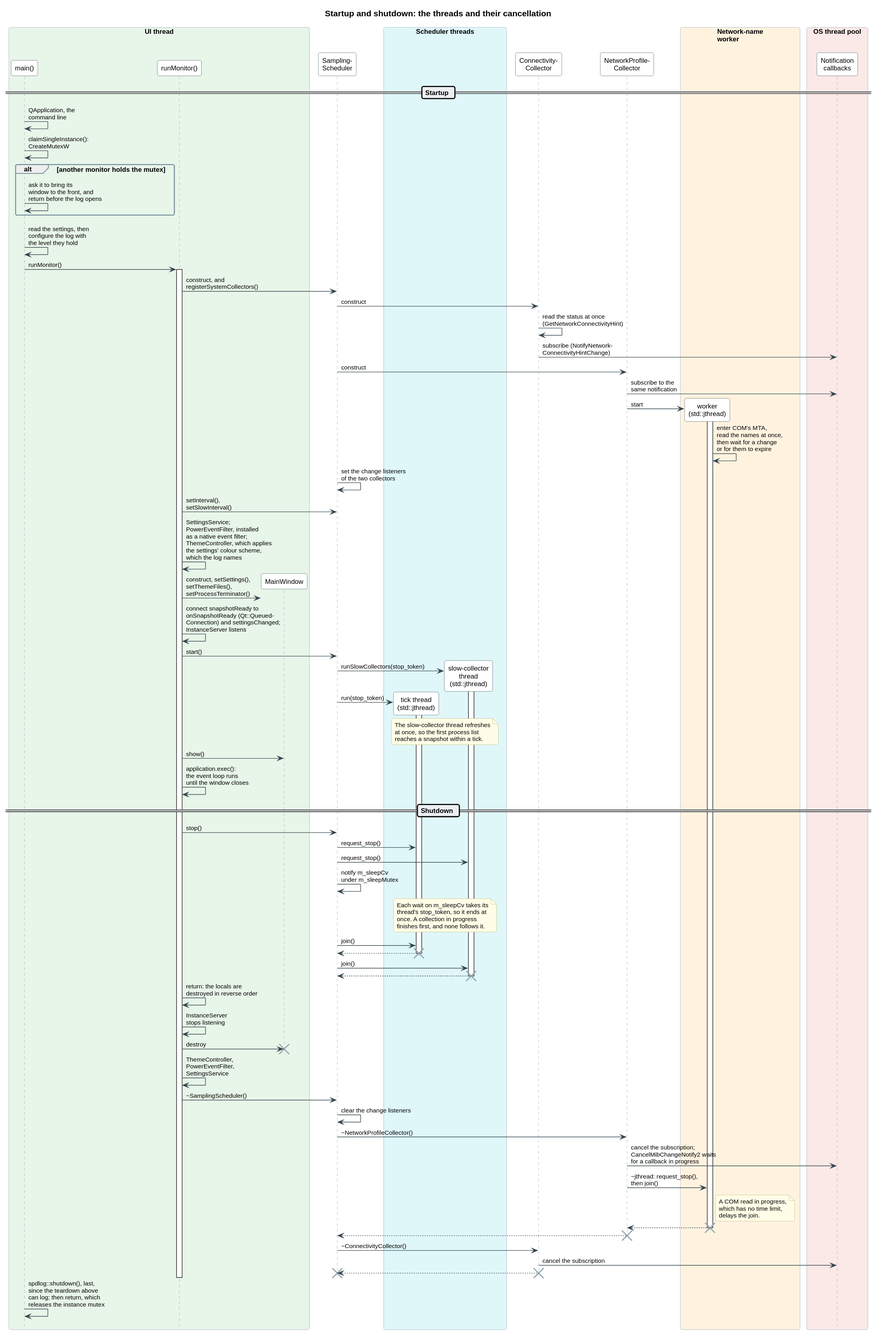
Before: docs/diagrams/startup_shutdown_sequence.svg, a diagram exported from PlantUML (DunderGG/verdandi).
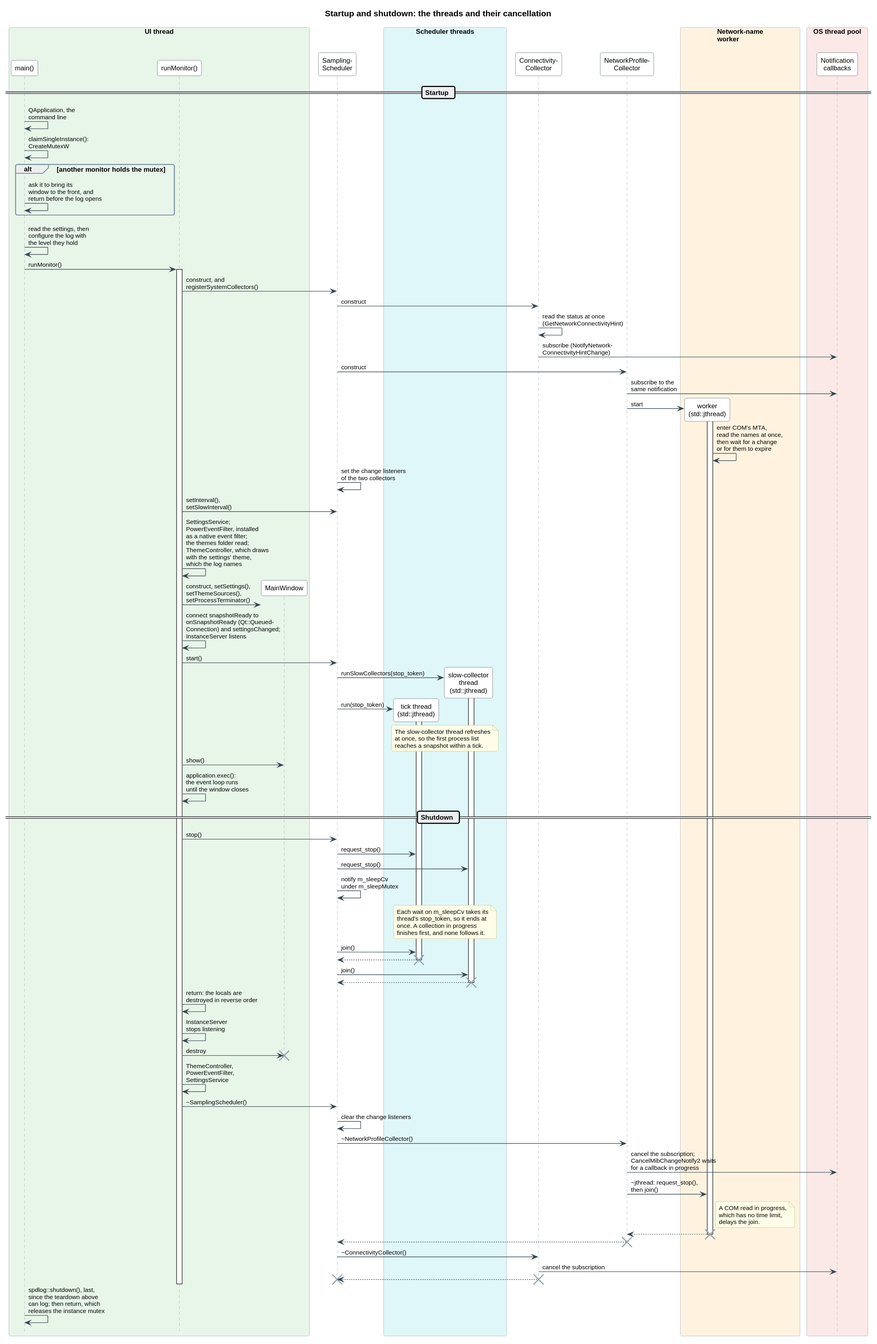
Above is the later version.

Diff of the diagram source:
```diff
@@ -49,8 +49,8 @@
 worker -> worker : enter COM's MTA,\nread the names at once,\nthen wait for a change\nor for them to expire
 scheduler -> scheduler : set the change listeners\nof the two collectors
 runMonitor -> scheduler : setInterval(),\nsetSlowInterval()
-runMonitor -> runMonitor : SettingsService;\nPowerEventFilter, installed\nas a native event filter;\nThemeController, which applies\nthe settings' colour scheme,\nwhich the log names
-runMonitor -> window ** : construct, setSettings(),\nsetThemeFiles(),\nsetProcessTerminator()
+runMonitor -> runMonitor : SettingsService;\nPowerEventFilter, installed\nas a native event filter;\nthe themes folder read;\nThemeController, which draws\nwith the settings' theme,\nwhich the log names
+runMonitor -> window ** : construct, setSettings(),\nsetThemeSources(),\nsetProcessTerminator()
 runMonitor -> runMonitor : connect snapshotReady to\nonSnapshotReady (Qt::Queued-\nConnection) and settingsChanged;\nInstanceServer listens
 runMonitor -> scheduler : start()
 scheduler -> slowThread ** : runSlowCollectors(stop_token)
```
